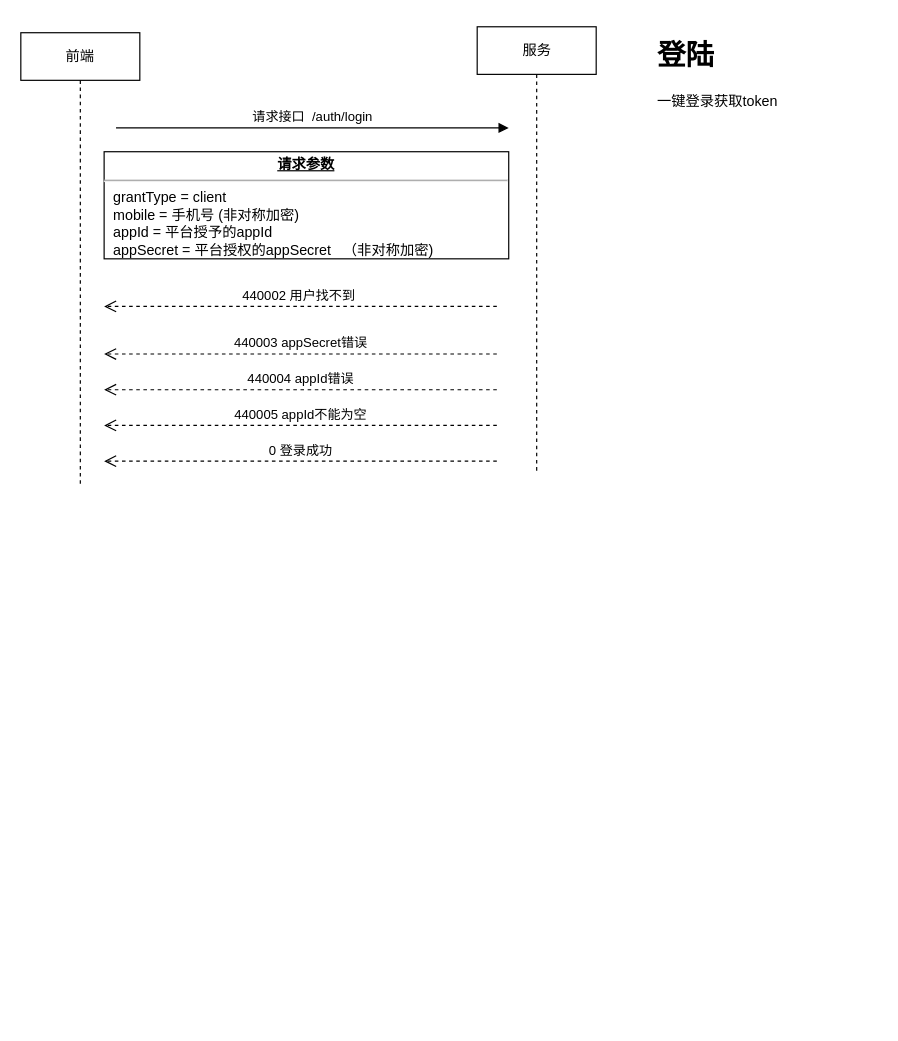
Above: 新智享调车.drawio in yangrenqing/yangrenqing (draw.io), before the change. Source tidied: cells renumbered, new cells numbered last; positions are measured from the earlier drawing's top-left corner, leaving out a move shared by most shapes. Both pictures are drawn from the tidied source at 119%, with x=0, y=0 at pixel (20, 26).
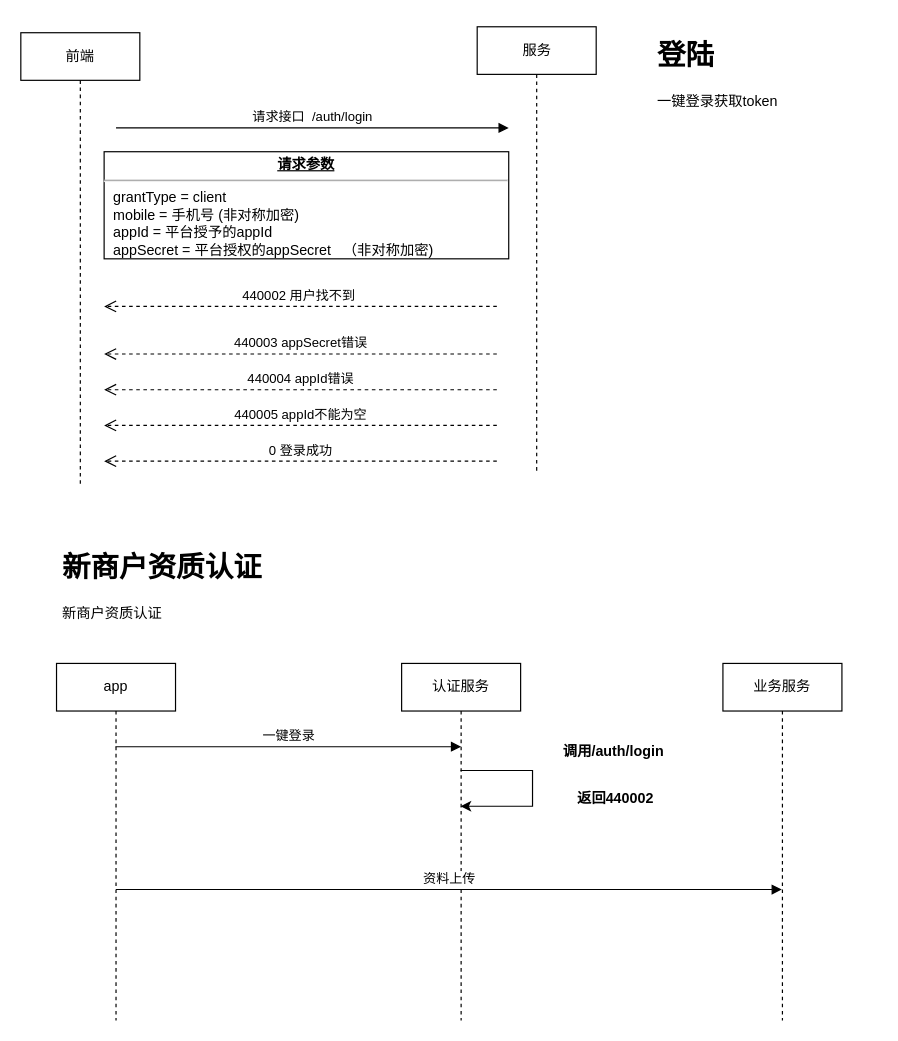
Above is the later version.

Commit message:
Update 新智享调车.drawio

What changed in the source:
```diff
@@
+    <mxCell id="12" value="&lt;h1&gt;新商户资质认证&lt;/h1&gt;&lt;p&gt;新商户资质认证&lt;/p&gt;" style="text;html=1;strokeColor=none;fillColor=none;spacing=5;spacingTop=-20;whiteSpace=wrap;overflow=hidden;rounded=0;" parent="1" vertex="1">
+      <mxGeometry x="30" y="435" width="190" height="120" as="geometry" />
+    </mxCell>
+    <mxCell id="13" value="app" style="shape=umlLifeline;perimeter=lifelinePerimeter;whiteSpace=wrap;html=1;outlineConnect=0;" parent="1" vertex="1">
+      <mxGeometry x="30" y="535" width="100" height="300" as="geometry" />
+    </mxCell>
+    <mxCell id="14" style="edgeStyle=orthogonalEdgeStyle;rounded=0;orthogonalLoop=1;jettySize=auto;html=1;" parent="1" edge="1" source="15" target="15">
+      <mxGeometry relative="1" as="geometry">
+        <Array as="points">
+          <mxPoint x="430" y="625" />
+          <mxPoint x="430" y="655" />
+        </Array>
+      </mxGeometry>
+    </mxCell>
+    <mxCell id="15" value="认证服务" style="shape=umlLifeline;perimeter=lifelinePerimeter;whiteSpace=wrap;html=1;outlineConnect=0;" parent="1" vertex="1">
+      <mxGeometry x="320" y="535" width="100" height="300" as="geometry" />
+    </mxCell>
+    <mxCell id="16" value="一键登录" style="html=1;verticalAlign=bottom;endArrow=block;" parent="1" edge="1" source="13">
+      <mxGeometry relative="1" as="geometry">
+        <mxPoint x="370" y="605" as="targetPoint" />
+      </mxGeometry>
+    </mxCell>
+    <mxCell id="17" value="业务服务" style="shape=umlLifeline;perimeter=lifelinePerimeter;whiteSpace=wrap;html=1;outlineConnect=0;" parent="1" vertex="1">
+      <mxGeometry x="590" y="535" width="100" height="300" as="geometry" />
+    </mxCell>
+    <mxCell id="18" value="调用/auth/login " style="text;align=center;fontStyle=1;verticalAlign=middle;spacingLeft=3;spacingRight=3;strokeColor=none;" parent="1" vertex="1">
+      <mxGeometry x="460" y="595" width="80" height="26" as="geometry" />
+    </mxCell>
+    <mxCell id="19" value="返回440002" style="text;align=center;fontStyle=1;verticalAlign=middle;spacingLeft=3;spacingRight=3;strokeColor=none;" parent="1" vertex="1">
+      <mxGeometry x="460" y="635" width="80" height="26" as="geometry" />
+    </mxCell>
+    <mxCell id="20" value="资料上传" style="html=1;verticalAlign=bottom;endArrow=block;" parent="1" edge="1" target="17">
+      <mxGeometry relative="1" as="geometry">
+        <mxPoint x="80" y="725" as="sourcePoint" />
+      </mxGeometry>
+    </mxCell>
```
